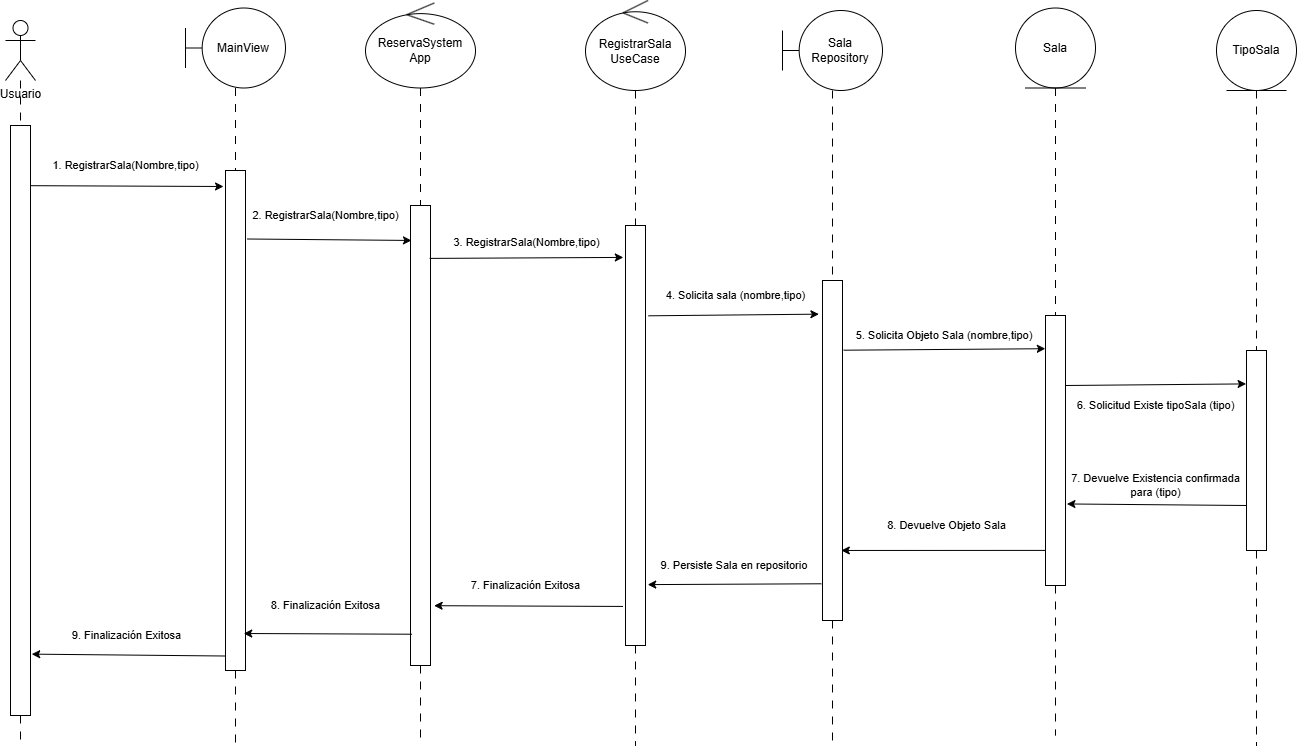
Earlier version of the draw.io export docs/Diagrama de Secuencia UC registrar sala.drawio.png (cataaap24/reserva-salas). Source tidied: cells renumbered, new cells last; positions are measured from the earlier drawing's top-left corner, leaving out a move shared by most shapes. Its diagram source:
```xml
<mxGraphModel>
  <root>
    <mxCell id="0" />
    <mxCell id="1" parent="0" />
    <mxCell id="2" style="edgeStyle=orthogonalEdgeStyle;rounded=0;jettySize=auto;html=1;dashed=1;dashPattern=8 8;endArrow=none;endFill=0;" parent="1" edge="1" source="30">
      <mxGeometry relative="1" as="geometry">
        <mxPoint x="15" y="745" as="targetPoint" />
        <Array as="points">
          <mxPoint x="15" y="744" />
        </Array>
      </mxGeometry>
    </mxCell>
    <mxCell id="3" value="Usuario" style="shape=umlActor;verticalLabelPosition=bottom;verticalAlign=top;html=1;" parent="1" vertex="1">
      <mxGeometry y="20" width="30" height="60" as="geometry" />
    </mxCell>
    <mxCell id="4" style="edgeStyle=orthogonalEdgeStyle;rounded=0;jettySize=auto;html=1;endArrow=none;endFill=0;dashed=1;dashPattern=8 8;" parent="1" edge="1" source="17">
      <mxGeometry relative="1" as="geometry">
        <mxPoint x="230" y="745.9" as="targetPoint" />
      </mxGeometry>
    </mxCell>
    <mxCell id="5" value="MainView" style="shape=umlBoundary;whiteSpace=wrap;html=1;" parent="1" vertex="1">
      <mxGeometry x="180" y="7.5" width="100" height="80" as="geometry" />
    </mxCell>
    <mxCell id="6" style="edgeStyle=orthogonalEdgeStyle;rounded=0;jettySize=auto;html=1;endArrow=none;endFill=0;dashed=1;dashPattern=8 8;" parent="1" edge="1" source="19">
      <mxGeometry relative="1" as="geometry">
        <mxPoint x="415" y="745" as="targetPoint" />
      </mxGeometry>
    </mxCell>
    <mxCell id="7" value="ReservaSystem App" style="ellipse;shape=umlControl;whiteSpace=wrap;html=1;" parent="1" vertex="1">
      <mxGeometry x="360" y="2.5" width="110" height="85" as="geometry" />
    </mxCell>
    <mxCell id="8" style="edgeStyle=orthogonalEdgeStyle;rounded=0;jettySize=auto;html=1;endArrow=none;endFill=0;dashed=1;dashPattern=8 8;" parent="1" edge="1" source="21">
      <mxGeometry relative="1" as="geometry">
        <mxPoint x="630" y="745" as="targetPoint" />
      </mxGeometry>
    </mxCell>
    <mxCell id="9" value="RegistrarSala&lt;div&gt;UseCase&lt;/div&gt;" style="ellipse;shape=umlControl;whiteSpace=wrap;html=1;" parent="1" vertex="1">
      <mxGeometry x="580" width="100" height="90" as="geometry" />
    </mxCell>
    <mxCell id="10" style="edgeStyle=orthogonalEdgeStyle;rounded=0;jettySize=auto;html=1;endArrow=none;endFill=0;dashed=1;dashPattern=8 8;" parent="1" edge="1" source="23">
      <mxGeometry relative="1" as="geometry">
        <mxPoint x="827" y="745" as="targetPoint" />
      </mxGeometry>
    </mxCell>
    <mxCell id="11" value="Sala Repository" style="shape=umlBoundary;whiteSpace=wrap;html=1;" parent="1" vertex="1">
      <mxGeometry x="777" y="10" width="100" height="80" as="geometry" />
    </mxCell>
    <mxCell id="12" style="edgeStyle=orthogonalEdgeStyle;rounded=0;jettySize=auto;html=1;endArrow=none;endFill=0;dashed=1;dashPattern=8 8;" parent="1" edge="1" source="25">
      <mxGeometry relative="1" as="geometry">
        <mxPoint x="1050" y="735" as="targetPoint" />
      </mxGeometry>
    </mxCell>
    <mxCell id="13" value="Sala" style="ellipse;shape=umlEntity;whiteSpace=wrap;html=1;" parent="1" vertex="1">
      <mxGeometry x="1010" y="7.5" width="80" height="80" as="geometry" />
    </mxCell>
    <mxCell id="14" style="edgeStyle=orthogonalEdgeStyle;rounded=0;jettySize=auto;html=1;endArrow=none;endFill=0;dashed=1;dashPattern=8 8;" parent="1" edge="1" source="27">
      <mxGeometry relative="1" as="geometry">
        <mxPoint x="1251" y="745" as="targetPoint" />
      </mxGeometry>
    </mxCell>
    <mxCell id="15" value="TipoSala" style="ellipse;shape=umlEntity;whiteSpace=wrap;html=1;" parent="1" vertex="1">
      <mxGeometry x="1211" y="10" width="80" height="80" as="geometry" />
    </mxCell>
    <mxCell id="16" style="edgeStyle=orthogonalEdgeStyle;rounded=0;jettySize=auto;html=1;endArrow=none;endFill=0;dashed=1;dashPattern=8 8;" parent="1" edge="1" source="5" target="17">
      <mxGeometry relative="1" as="geometry" />
    </mxCell>
    <mxCell id="17" style="rounded=0;whiteSpace=wrap;html=1;" parent="1" vertex="1">
      <mxGeometry x="220" y="170" width="20" height="500" as="geometry" />
    </mxCell>
    <mxCell id="18" style="edgeStyle=orthogonalEdgeStyle;rounded=0;jettySize=auto;html=1;endArrow=none;endFill=0;dashed=1;dashPattern=8 8;" parent="1" edge="1" source="7" target="19">
      <mxGeometry relative="1" as="geometry" />
    </mxCell>
    <mxCell id="19" style="rounded=0;whiteSpace=wrap;html=1;" parent="1" vertex="1">
      <mxGeometry x="405" y="205" width="20" height="460" as="geometry" />
    </mxCell>
    <mxCell id="20" style="edgeStyle=orthogonalEdgeStyle;rounded=0;jettySize=auto;html=1;endArrow=none;endFill=0;dashed=1;dashPattern=8 8;" parent="1" edge="1" source="9" target="21">
      <mxGeometry relative="1" as="geometry" />
    </mxCell>
    <mxCell id="21" style="rounded=0;whiteSpace=wrap;html=1;" parent="1" vertex="1">
      <mxGeometry x="620" y="225" width="20" height="420" as="geometry" />
    </mxCell>
    <mxCell id="22" style="edgeStyle=orthogonalEdgeStyle;rounded=0;jettySize=auto;html=1;endArrow=none;endFill=0;dashed=1;dashPattern=8 8;" parent="1" edge="1" source="11" target="23">
      <mxGeometry relative="1" as="geometry" />
    </mxCell>
    <mxCell id="23" style="rounded=0;whiteSpace=wrap;html=1;" parent="1" vertex="1">
      <mxGeometry x="817" y="280" width="20" height="340" as="geometry" />
    </mxCell>
    <mxCell id="24" style="edgeStyle=orthogonalEdgeStyle;rounded=0;jettySize=auto;html=1;endArrow=none;endFill=0;dashed=1;dashPattern=8 8;" parent="1" edge="1" source="13" target="25">
      <mxGeometry relative="1" as="geometry" />
    </mxCell>
    <mxCell id="25" style="rounded=0;whiteSpace=wrap;html=1;" parent="1" vertex="1">
      <mxGeometry x="1040" y="315" width="20" height="270" as="geometry" />
    </mxCell>
    <mxCell id="26" style="edgeStyle=orthogonalEdgeStyle;rounded=0;jettySize=auto;html=1;endArrow=none;endFill=0;dashed=1;dashPattern=8 8;" parent="1" edge="1" source="15" target="27">
      <mxGeometry relative="1" as="geometry" />
    </mxCell>
    <mxCell id="27" style="rounded=0;whiteSpace=wrap;html=1;" parent="1" vertex="1">
      <mxGeometry x="1241" y="350" width="20" height="200" as="geometry" />
    </mxCell>
    <mxCell id="28" value="1. RegistrarSala(Nombre,tipo)" style="edgeStyle=none;jettySize=auto;html=1;rounded=0;exitX=1;exitY=0.102;exitDx=0;exitDy=0;exitPerimeter=0;entryX=-0.099;entryY=0.032;entryDx=0;entryDy=0;entryPerimeter=0;" parent="1" edge="1" source="30" target="17">
      <mxGeometry x="-0.02" y="21" relative="1" as="geometry" />
    </mxCell>
    <mxCell id="29" style="edgeStyle=orthogonalEdgeStyle;rounded=0;jettySize=auto;html=1;dashed=1;dashPattern=8 8;endArrow=none;endFill=0;" parent="1" edge="1" source="3" target="30">
      <mxGeometry relative="1" as="geometry" />
    </mxCell>
    <mxCell id="30" style="rounded=0;whiteSpace=wrap;html=1;" parent="1" vertex="1">
      <mxGeometry x="5" y="125" width="20" height="590" as="geometry" />
    </mxCell>
    <mxCell id="31" value="2. RegistrarSala(Nombre,tipo)" style="edgeStyle=none;jettySize=auto;html=1;rounded=0;exitX=1.098;exitY=0.137;exitDx=0;exitDy=0;exitPerimeter=0;entryX=0.048;entryY=0.076;entryDx=0;entryDy=0;entryPerimeter=0;" parent="1" edge="1" source="17" target="19">
      <mxGeometry x="-0.05" y="24" relative="1" as="geometry" />
    </mxCell>
    <mxCell id="32" value="&lt;div&gt;&lt;br&gt;&lt;/div&gt;3. RegistrarSala(Nombre,tipo)" style="edgeStyle=none;jettySize=auto;html=1;rounded=0;entryX=-0.109;entryY=0.076;entryDx=0;entryDy=0;entryPerimeter=0;exitX=0.959;exitY=0.115;exitDx=0;exitDy=0;exitPerimeter=0;" parent="1" edge="1" source="19" target="21">
      <mxGeometry x="-0.01" y="22" relative="1" as="geometry" />
    </mxCell>
    <mxCell id="33" value="4. Solicita sala (nombre,tipo)" style="edgeStyle=none;jettySize=auto;html=1;rounded=0;exitX=1.151;exitY=0.215;exitDx=0;exitDy=0;exitPerimeter=0;entryX=-0.179;entryY=0.099;entryDx=0;entryDy=0;entryPerimeter=0;" parent="1" edge="1" source="21" target="23">
      <mxGeometry x="0.02" y="19" relative="1" as="geometry" />
    </mxCell>
    <mxCell id="34" value="5. Solicita Objeto Sala (nombre,tipo)&amp;nbsp;" style="edgeStyle=none;jettySize=auto;html=1;rounded=0;exitX=1.061;exitY=0.205;exitDx=0;exitDy=0;exitPerimeter=0;entryX=-0.009;entryY=0.123;entryDx=0;entryDy=0;entryPerimeter=0;" parent="1" edge="1" source="23" target="25">
      <mxGeometry x="0.01" y="14" relative="1" as="geometry" />
    </mxCell>
    <mxCell id="35" value="6. Solicitud Existe tipoSala (tipo)" style="edgeStyle=none;jettySize=auto;html=1;rounded=0;entryX=-0.019;entryY=0.167;entryDx=0;entryDy=0;entryPerimeter=0;" parent="1" edge="1" target="27">
      <mxGeometry x="-0.01" y="-21" relative="1" as="geometry">
        <mxPoint x="1060" y="385" as="sourcePoint" />
      </mxGeometry>
    </mxCell>
    <mxCell id="36" value="7. Devuelve Existencia confirmada&lt;div&gt;para (tipo)&lt;/div&gt;" style="edgeStyle=none;jettySize=auto;html=1;rounded=0;endArrow=none;endFill=0;startArrow=classic;startFill=1;exitX=1.071;exitY=0.698;exitDx=0;exitDy=0;exitPerimeter=0;" parent="1" edge="1" source="25">
      <mxGeometry x="-0.02" y="19" relative="1" as="geometry">
        <mxPoint x="1241" y="505" as="targetPoint" />
      </mxGeometry>
    </mxCell>
    <mxCell id="37" value="8. Devuelve Objeto Sala" style="edgeStyle=none;jettySize=auto;html=1;rounded=0;endArrow=none;endFill=0;startArrow=classic;startFill=1;exitX=0.941;exitY=0.794;exitDx=0;exitDy=0;exitPerimeter=0;entryX=0;entryY=0.87;entryDx=0;entryDy=0;entryPerimeter=0;" parent="1" edge="1" source="23" target="25">
      <mxGeometry x="0.02" y="25" relative="1" as="geometry" />
    </mxCell>
    <mxCell id="38" value="9. Persiste Sala en repositorio&amp;nbsp;" style="edgeStyle=none;jettySize=auto;html=1;rounded=0;endArrow=none;endFill=0;startArrow=classic;startFill=1;exitX=1.111;exitY=0.855;exitDx=0;exitDy=0;exitPerimeter=0;entryX=-0.059;entryY=0.892;entryDx=0;entryDy=0;entryPerimeter=0;" parent="1" edge="1" source="21" target="23">
      <mxGeometry x="0.01" y="19" relative="1" as="geometry" />
    </mxCell>
    <mxCell id="39" value="7. Finalización Exitosa" style="edgeStyle=none;jettySize=auto;html=1;rounded=0;endArrow=none;endFill=0;startArrow=classic;startFill=1;exitX=1.181;exitY=0.87;exitDx=0;exitDy=0;exitPerimeter=0;entryX=-0.129;entryY=0.907;entryDx=0;entryDy=0;entryPerimeter=0;" parent="1" edge="1" source="19" target="21">
      <mxGeometry x="-0.03" y="21" relative="1" as="geometry" />
    </mxCell>
    <mxCell id="40" value="8. Finalización Exitosa" style="edgeStyle=none;jettySize=auto;html=1;rounded=0;endArrow=none;endFill=0;startArrow=classic;startFill=1;exitX=0.911;exitY=0.926;exitDx=0;exitDy=0;exitPerimeter=0;entryX=0.061;entryY=0.932;entryDx=0;entryDy=0;entryPerimeter=0;" parent="1" edge="1" source="17" target="19">
      <mxGeometry x="-0.03" y="28" relative="1" as="geometry" />
    </mxCell>
    <mxCell id="41" value="9. Finalización Exitosa" style="edgeStyle=none;jettySize=auto;html=1;rounded=0;endArrow=none;endFill=0;startArrow=classic;startFill=1;exitX=1.061;exitY=0.896;exitDx=0;exitDy=0;exitPerimeter=0;entryX=-0.049;entryY=0.971;entryDx=0;entryDy=0;entryPerimeter=0;" parent="1" edge="1" source="30" target="17">
      <mxGeometry x="-0.03" y="20" relative="1" as="geometry" />
    </mxCell>
  </root>
</mxGraphModel>
```
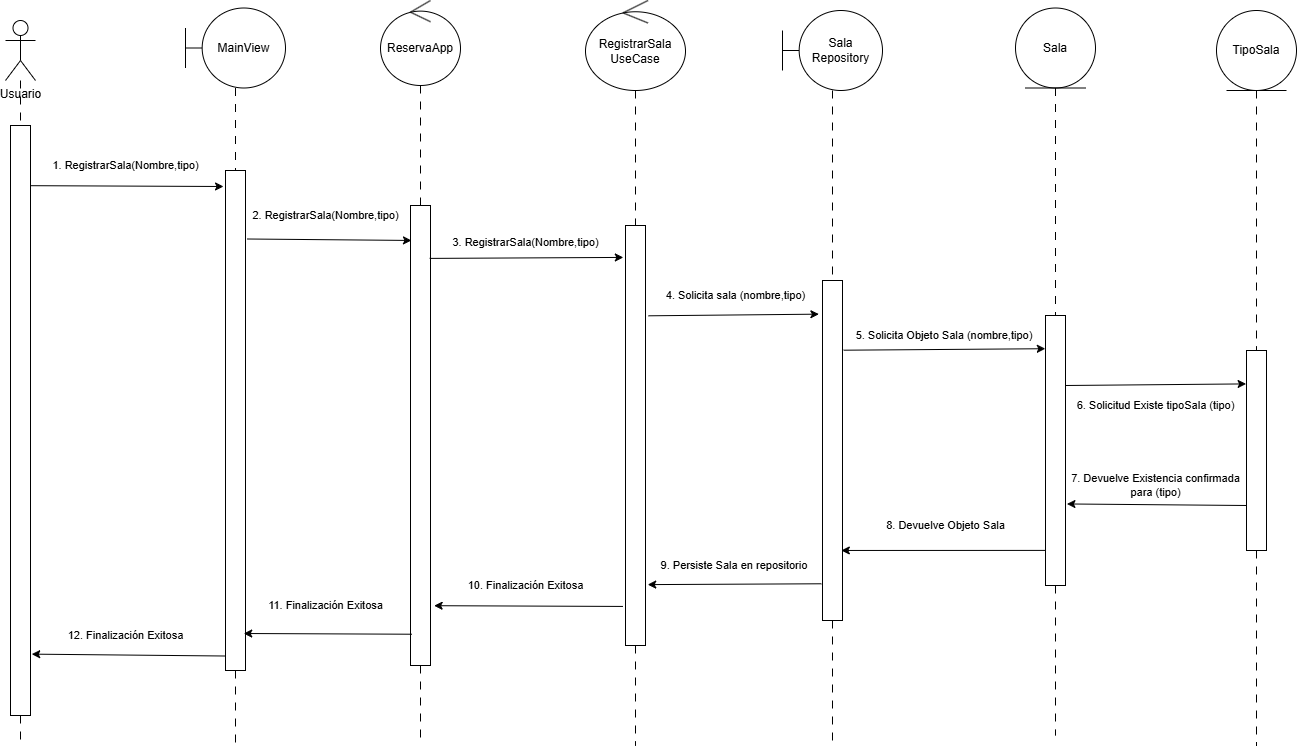
The same diagram one commit later.

Commit message:
Added documents (Diagrams and ToDo document) and tests for the usecase

Change to the diagram source:
```diff
@@ -26,8 +26,8 @@
         <mxPoint x="415" y="745" as="targetPoint" />
       </mxGeometry>
     </mxCell>
-    <mxCell id="7" value="ReservaSystem App" style="ellipse;shape=umlControl;whiteSpace=wrap;html=1;" parent="1" vertex="1">
-      <mxGeometry x="360" y="2.5" width="110" height="85" as="geometry" />
+    <mxCell id="7" value="ReservaApp" style="ellipse;shape=umlControl;whiteSpace=wrap;html=1;" parent="1" vertex="1">
+      <mxGeometry x="375" width="80" height="85" as="geometry" />
     </mxCell>
     <mxCell id="8" style="edgeStyle=orthogonalEdgeStyle;rounded=0;jettySize=auto;html=1;endArrow=none;endFill=0;dashed=1;dashPattern=8 8;" parent="1" edge="1" source="21">
       <mxGeometry relative="1" as="geometry">
@@ -134,13 +134,13 @@
     <mxCell id="38" value="9. Persiste Sala en repositorio&amp;nbsp;" style="edgeStyle=none;jettySize=auto;html=1;rounded=0;endArrow=none;endFill=0;startArrow=classic;startFill=1;exitX=1.111;exitY=0.855;exitDx=0;exitDy=0;exitPerimeter=0;entryX=-0.059;entryY=0.892;entryDx=0;entryDy=0;entryPerimeter=0;" parent="1" edge="1" source="21" target="23">
       <mxGeometry x="0.01" y="19" relative="1" as="geometry" />
     </mxCell>
-    <mxCell id="39" value="7. Finalización Exitosa" style="edgeStyle=none;jettySize=auto;html=1;rounded=0;endArrow=none;endFill=0;startArrow=classic;startFill=1;exitX=1.181;exitY=0.87;exitDx=0;exitDy=0;exitPerimeter=0;entryX=-0.129;entryY=0.907;entryDx=0;entryDy=0;entryPerimeter=0;" parent="1" edge="1" source="19" target="21">
+    <mxCell id="39" value="10. Finalización Exitosa" style="edgeStyle=none;jettySize=auto;html=1;rounded=0;endArrow=none;endFill=0;startArrow=classic;startFill=1;exitX=1.181;exitY=0.87;exitDx=0;exitDy=0;exitPerimeter=0;entryX=-0.129;entryY=0.907;entryDx=0;entryDy=0;entryPerimeter=0;" parent="1" edge="1" source="19" target="21">
       <mxGeometry x="-0.03" y="21" relative="1" as="geometry" />
     </mxCell>
-    <mxCell id="40" value="8. Finalización Exitosa" style="edgeStyle=none;jettySize=auto;html=1;rounded=0;endArrow=none;endFill=0;startArrow=classic;startFill=1;exitX=0.911;exitY=0.926;exitDx=0;exitDy=0;exitPerimeter=0;entryX=0.061;entryY=0.932;entryDx=0;entryDy=0;entryPerimeter=0;" parent="1" edge="1" source="17" target="19">
+    <mxCell id="40" value="11. Finalización Exitosa" style="edgeStyle=none;jettySize=auto;html=1;rounded=0;endArrow=none;endFill=0;startArrow=classic;startFill=1;exitX=0.911;exitY=0.926;exitDx=0;exitDy=0;exitPerimeter=0;entryX=0.061;entryY=0.932;entryDx=0;entryDy=0;entryPerimeter=0;" parent="1" edge="1" source="17" target="19">
       <mxGeometry x="-0.03" y="28" relative="1" as="geometry" />
     </mxCell>
-    <mxCell id="41" value="9. Finalización Exitosa" style="edgeStyle=none;jettySize=auto;html=1;rounded=0;endArrow=none;endFill=0;startArrow=classic;startFill=1;exitX=1.061;exitY=0.896;exitDx=0;exitDy=0;exitPerimeter=0;entryX=-0.049;entryY=0.971;entryDx=0;entryDy=0;entryPerimeter=0;" parent="1" edge="1" source="30" target="17">
+    <mxCell id="41" value="12. Finalización Exitosa" style="edgeStyle=none;jettySize=auto;html=1;rounded=0;endArrow=none;endFill=0;startArrow=classic;startFill=1;exitX=1.061;exitY=0.896;exitDx=0;exitDy=0;exitPerimeter=0;entryX=-0.049;entryY=0.971;entryDx=0;entryDy=0;entryPerimeter=0;" parent="1" edge="1" source="30" target="17">
       <mxGeometry x="-0.03" y="20" relative="1" as="geometry" />
     </mxCell>
   </root>
```
